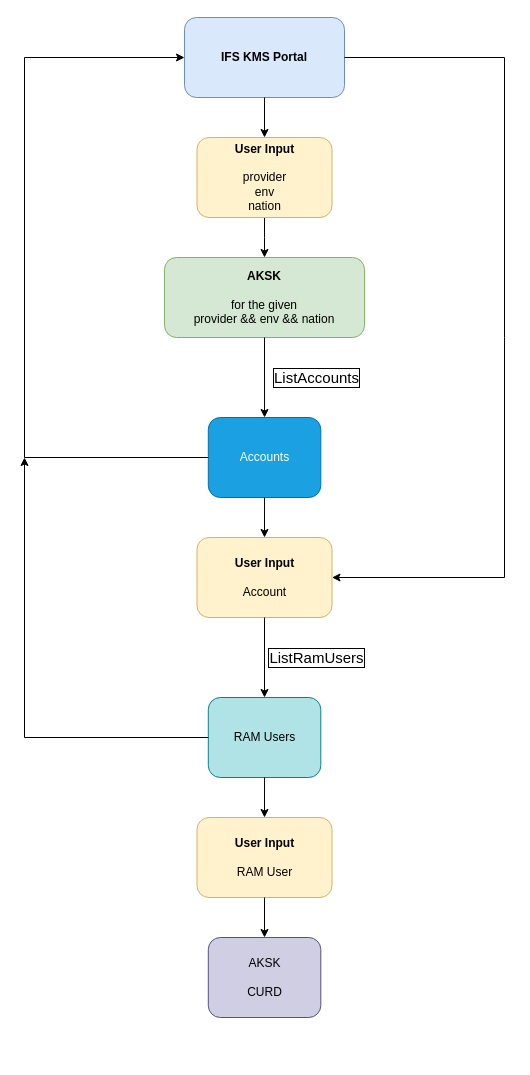
YanshanSong/draw.io keeps this draw.io diagram as aksk-for-ifs-kms.drawio. Above is the earlier version. Source tidied: cells renumbered, new cells numbered last; positions are measured from the earlier drawing's top-left corner, leaving out a move shared by most shapes. Both pictures are drawn from the tidied source at 100%, with x=0, y=0 at pixel (24, 17).
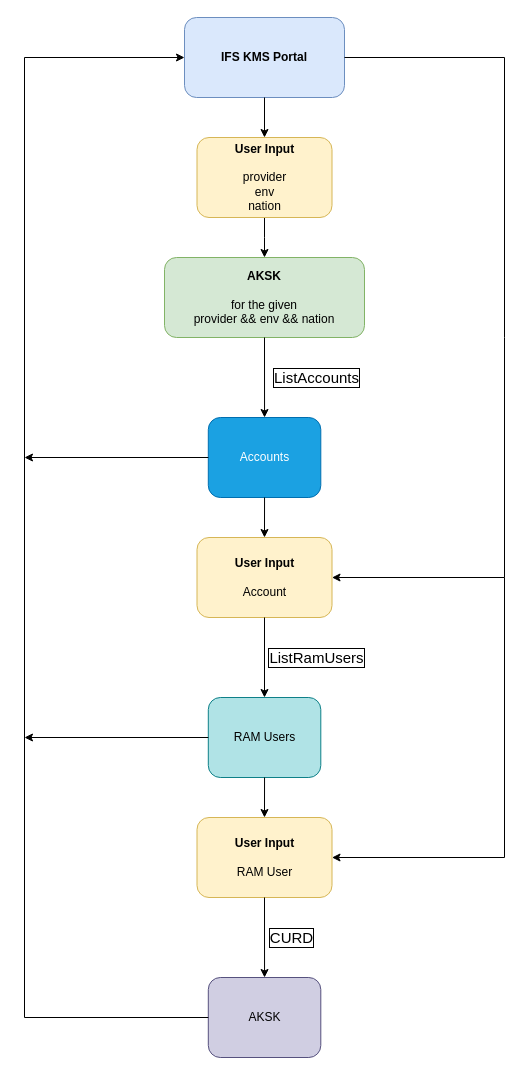
The same page after the edit.

Unchanged cells that the change refers to:
```xml
<mxCell id="2" value="&lt;div&gt;&lt;br&gt;&lt;/div&gt;&lt;b&gt;IFS KMS Portal&lt;/b&gt;&lt;div&gt;&lt;br&gt;&lt;/div&gt;" style="rounded=1;whiteSpace=wrap;html=1;fillColor=#dae8fc;strokeColor=#6c8ebf;" parent="1" vertex="1">
  <mxGeometry x="160" width="160" height="80" as="geometry" />
</mxCell>
<mxCell id="7" value="Accounts" style="rounded=1;whiteSpace=wrap;html=1;fillColor=#1ba1e2;fontColor=#ffffff;strokeColor=#006EAF;" parent="1" vertex="1">
  <mxGeometry x="183.8" y="400" width="112.5" height="80" as="geometry" />
</mxCell>
<mxCell id="16" value="RAM Users" style="rounded=1;whiteSpace=wrap;html=1;fillColor=#b0e3e6;strokeColor=#0e8088;" parent="1" vertex="1">
  <mxGeometry x="183.8" y="680" width="112.5" height="80" as="geometry" />
</mxCell>
<mxCell id="19" value="&lt;div&gt;&lt;span style=&quot;background-color: initial;&quot;&gt;&lt;br&gt;&lt;/span&gt;&lt;/div&gt;&lt;div&gt;&lt;span style=&quot;background-color: initial;&quot;&gt;&lt;br&gt;&lt;/span&gt;&lt;/div&gt;&lt;div&gt;&lt;span style=&quot;background-color: initial;&quot;&gt;&lt;b&gt;User Input&lt;/b&gt;&lt;/span&gt;&lt;br&gt;&lt;/div&gt;&lt;div&gt;&lt;span style=&quot;background-color: initial;&quot;&gt;&lt;br&gt;&lt;/span&gt;&lt;/div&gt;&lt;div&gt;RAM User&lt;/div&gt;&lt;div&gt;&lt;div&gt;&lt;br&gt;&lt;/div&gt;&lt;div&gt;&lt;br&gt;&lt;/div&gt;&lt;/div&gt;" style="rounded=1;whiteSpace=wrap;html=1;fillColor=#fff2cc;strokeColor=#d6b656;" parent="1" vertex="1">
  <mxGeometry x="172.5" y="800" width="135" height="80" as="geometry" />
</mxCell>
```

Change to the diagram source:
```diff
@@
-    <mxCell id="10" style="endArrow=classic;html=1;rounded=0;exitX=0;exitY=0.5;exitDx=0;exitDy=0;entryX=0;entryY=0.5;entryDx=0;entryDy=0;" parent="1" edge="1" source="7" target="2">
-      <mxGeometry relative="1" as="geometry">
-        <Array as="points">
-          <mxPoint y="440" />
-          <mxPoint y="40" />
-        </Array>
-      </mxGeometry>
-    </mxCell>
@@
-    <mxCell id="17" value="AKSK&lt;div&gt;&lt;br&gt;&lt;/div&gt;&lt;div&gt;CURD&lt;/div&gt;" style="rounded=1;whiteSpace=wrap;html=1;fillColor=#d0cee2;strokeColor=#56517e;" parent="1" vertex="1">
-      <mxGeometry x="183.8" y="920" width="112.5" height="80" as="geometry" />
-    </mxCell>
-    <mxCell id="18" style="endArrow=classic;html=1;rounded=0;exitX=0;exitY=0.5;exitDx=0;exitDy=0;" parent="1" edge="1" source="16">
-      <mxGeometry relative="1" as="geometry">
-        <mxPoint y="440" as="targetPoint" />
-        <Array as="points">
-          <mxPoint y="720" />
-        </Array>
-      </mxGeometry>
-    </mxCell>
@@
-    <mxCell id="21" style="endArrow=classic;html=1;rounded=0;exitX=0.5;exitY=1;exitDx=0;exitDy=0;" parent="1" edge="1" source="19" target="17">
+    <mxCell id="21" style="endArrow=classic;html=1;rounded=0;exitX=0.5;exitY=1;exitDx=0;exitDy=0;entryX=0.5;entryY=0;entryDx=0;entryDy=0;" parent="1" edge="1" source="19" target="23">
       <mxGeometry relative="1" as="geometry" />
     </mxCell>
+    <mxCell id="22" style="endArrow=classic;html=1;rounded=0;entryX=1;entryY=0.5;entryDx=0;entryDy=0;" parent="1" edge="1" target="19">
+      <mxGeometry relative="1" as="geometry">
+        <mxPoint x="480" y="560" as="sourcePoint" />
+        <Array as="points">
+          <mxPoint x="480" y="840" />
+        </Array>
+      </mxGeometry>
+    </mxCell>
+    <mxCell id="23" value="AKSK" style="rounded=1;whiteSpace=wrap;html=1;fillColor=#d0cee2;strokeColor=#56517e;" parent="1" vertex="1">
+      <mxGeometry x="183.8" y="960" width="112.5" height="80" as="geometry" />
+    </mxCell>
+    <mxCell id="24" value="&lt;font style=&quot;font-size: 15px;&quot;&gt;CURD&lt;/font&gt;" style="text;html=1;align=center;verticalAlign=middle;whiteSpace=wrap;rounded=0;labelBorderColor=default;" parent="1" vertex="1">
+      <mxGeometry x="200" y="900" width="135" height="40" as="geometry" />
+    </mxCell>
+    <mxCell id="25" style="endArrow=classic;html=1;rounded=0;exitX=0;exitY=0.5;exitDx=0;exitDy=0;entryX=0;entryY=0.5;entryDx=0;entryDy=0;" parent="1" edge="1" source="23" target="2">
+      <mxGeometry relative="1" as="geometry">
+        <Array as="points">
+          <mxPoint y="1000" />
+          <mxPoint y="40" />
+        </Array>
+      </mxGeometry>
+    </mxCell>
+    <mxCell id="26" style="endArrow=classic;html=1;rounded=0;exitX=0;exitY=0.5;exitDx=0;exitDy=0;" parent="1" edge="1" source="7">
+      <mxGeometry relative="1" as="geometry">
+        <mxPoint y="440" as="targetPoint" />
+      </mxGeometry>
+    </mxCell>
+    <mxCell id="27" style="endArrow=classic;html=1;rounded=0;exitX=0;exitY=0.5;exitDx=0;exitDy=0;" parent="1" edge="1" source="16">
+      <mxGeometry relative="1" as="geometry">
+        <mxPoint y="720" as="targetPoint" />
+      </mxGeometry>
+    </mxCell>
```
